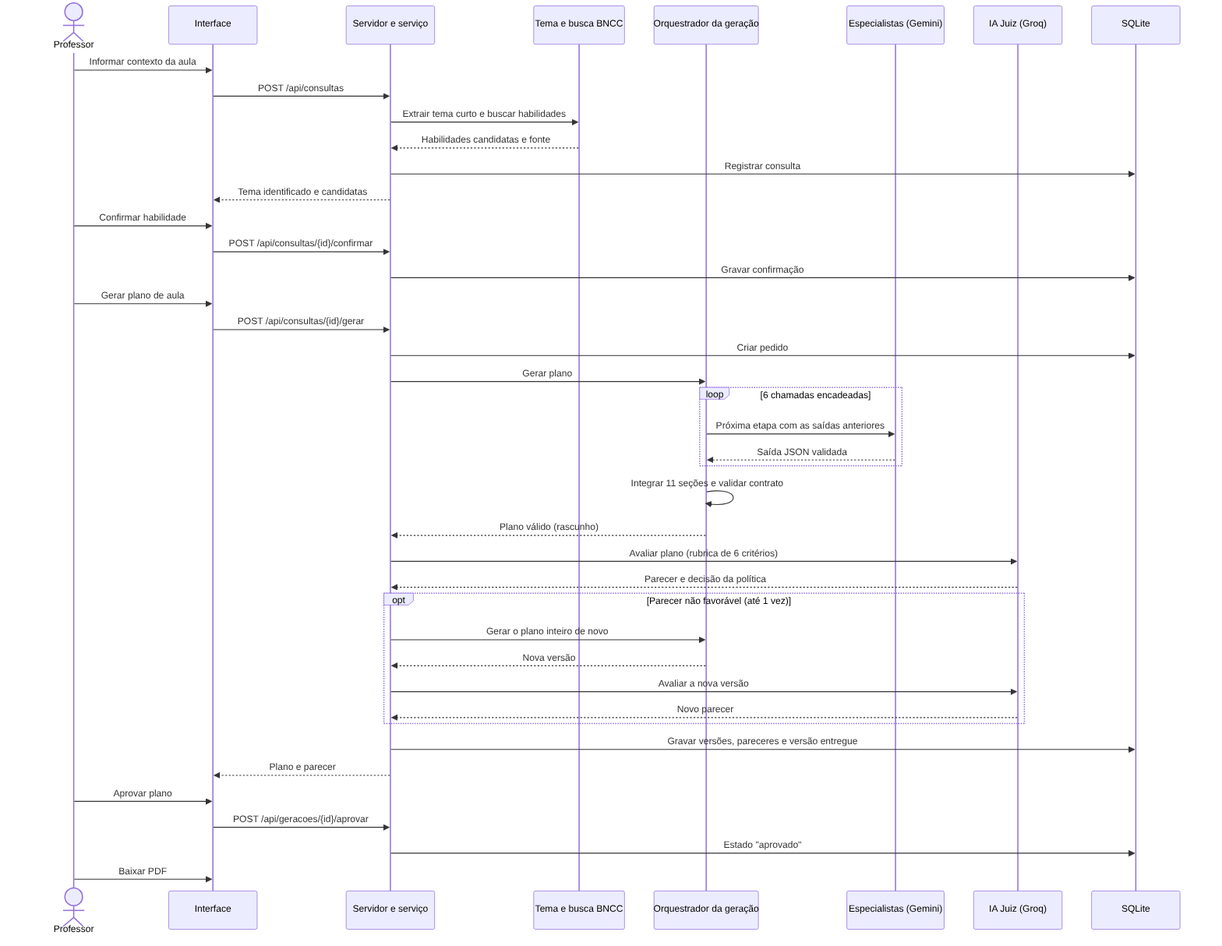
Earlier version of the Mermaid export docs/diagramas/final/sequencia.png (Carneiro-Joao/tcc-plataforma-multiagente). Its source is kept beside it as docs/diagramas/final/sequencia.mmd.
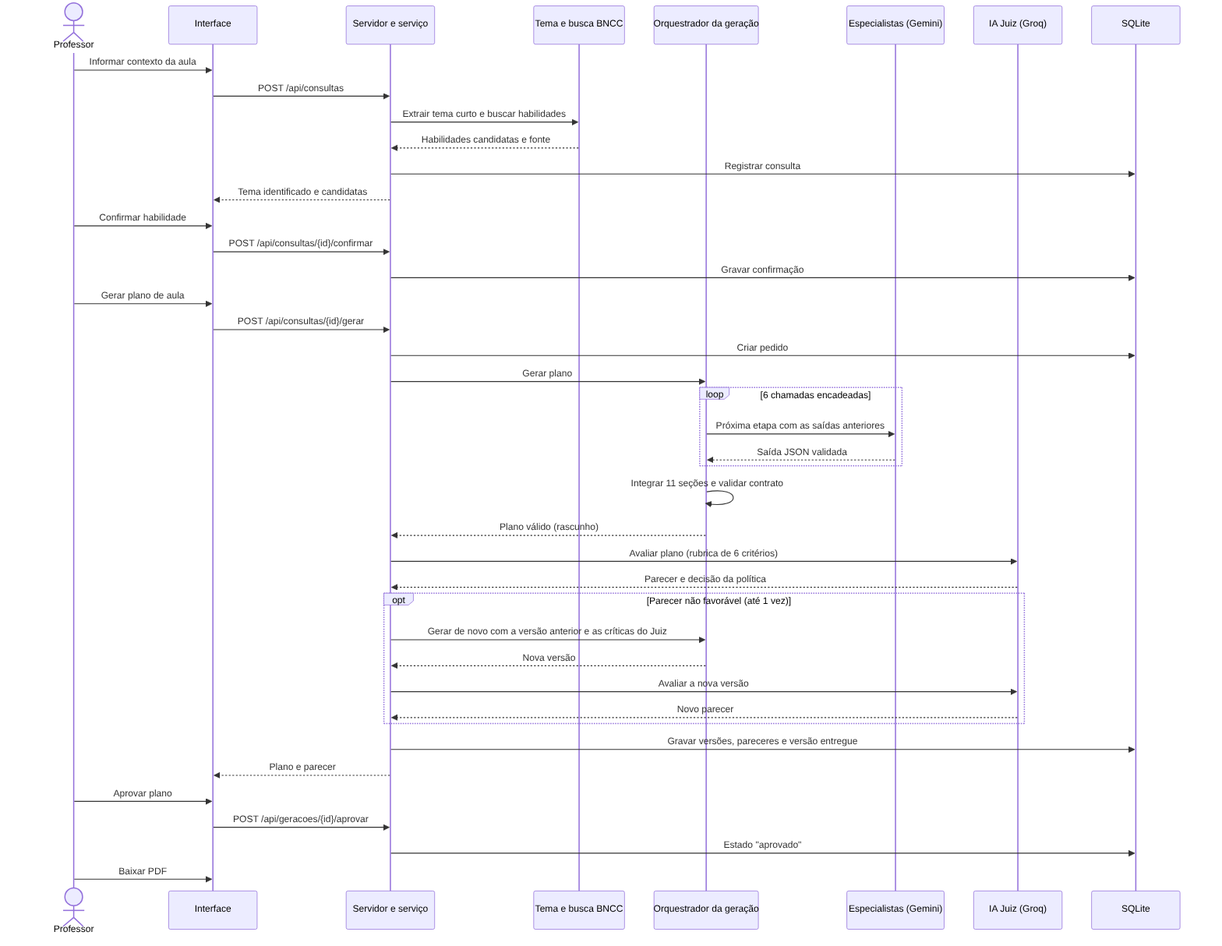
After the commit.

Commit message:
docs(diagramas): regeneracao informada nas figuras do Cap. 4 (visao geral, atividades, sequencia)

The edit, as a diff of the source:
```diff
@@ -29,7 +29,7 @@
     SV->>J: Avaliar plano (rubrica de 6 critérios)
     J-->>SV: Parecer e decisão da política
     opt Parecer não favorável (até 1 vez)
-        SV->>ORQ: Gerar o plano inteiro de novo
+        SV->>ORQ: Gerar de novo com a versão anterior e as críticas do Juiz
         ORQ-->>SV: Nova versão
         SV->>J: Avaliar a nova versão
         J-->>SV: Novo parecer
```
